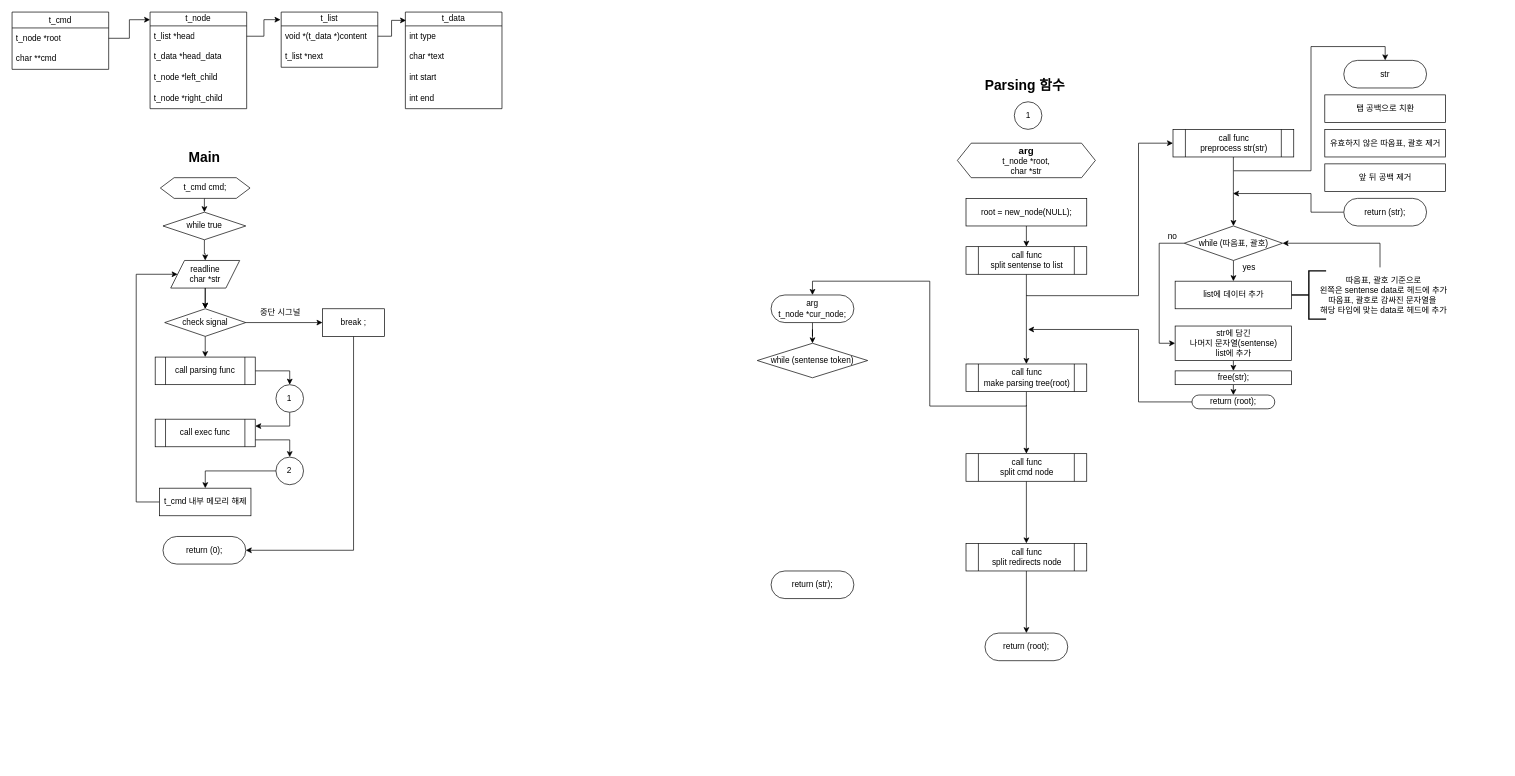
Before: page "parsing 흐름도" (2 of 3) of parsing_tree.drawio in blue-orion/minishell, a draw.io diagram. Source tidied: cells renumbered, new cells numbered last; positions are measured from the earlier drawing's top-left corner, leaving out a move shared by most shapes. Both pictures are drawn from the tidied source at 69%, with x=0, y=0 at pixel (12, 12).
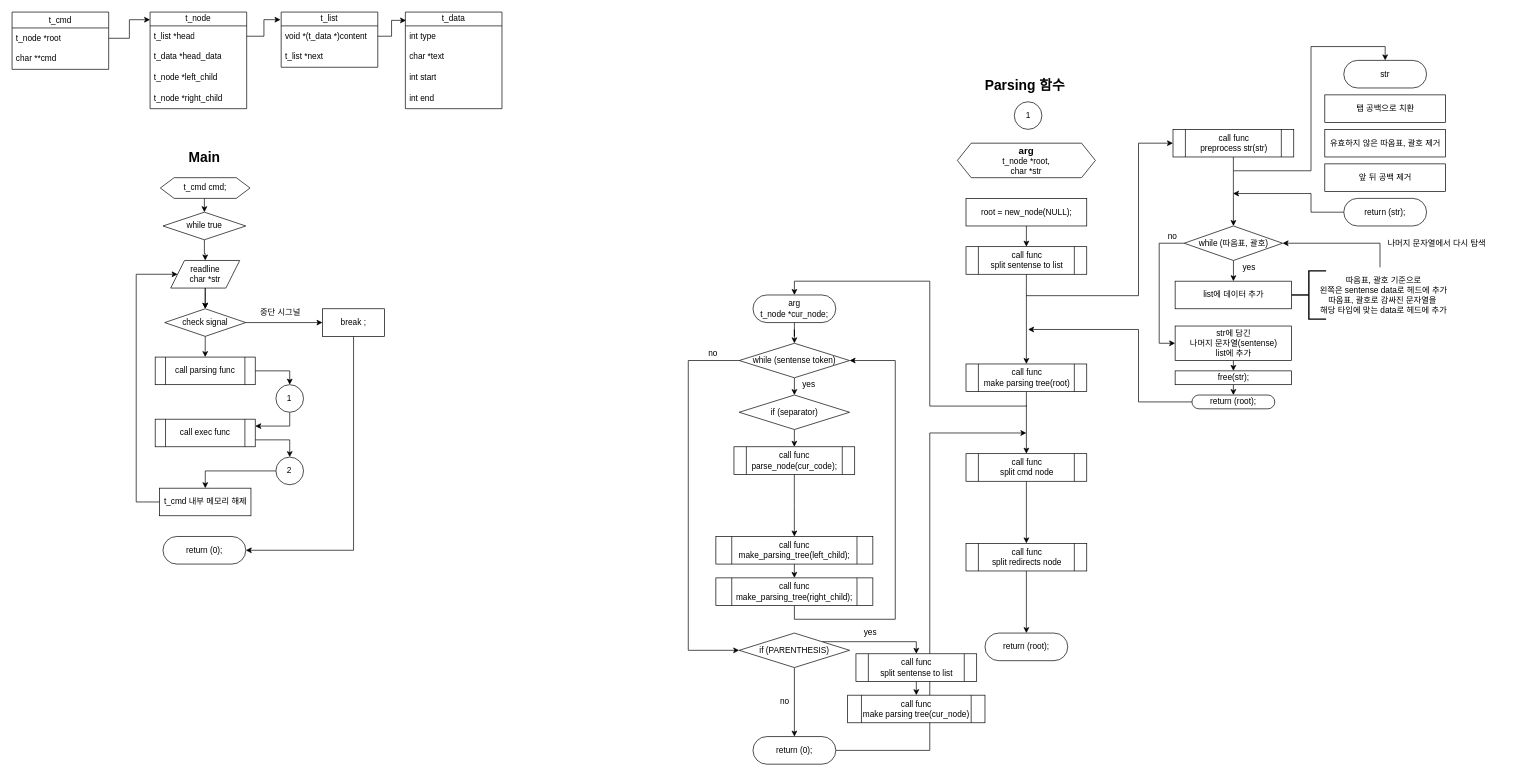
The same page after the edit.

Commit message:
parsing_흐름도 업데이트

What changed in the source:
```diff
@@
     <mxCell id="50" style="edgeStyle=orthogonalEdgeStyle;rounded=0;jettySize=auto;html=1;entryX=0.5;entryY=0;entryDx=0;entryDy=0;" parent="1" edge="1" target="87">
       <mxGeometry relative="1" as="geometry">
         <mxPoint x="1470" y="570" as="sourcePoint" />
         <Array as="points">
+          <mxPoint x="1470" y="571" />
           <mxPoint x="1330" y="571" />
           <mxPoint x="1330" y="390" />
-          <mxPoint x="1160" y="390" />
+          <mxPoint x="1134" y="390" />
         </Array>
       </mxGeometry>
     </mxCell>
@@
     <mxCell id="87" value="arg&lt;div&gt;t_node *cur_node;&lt;/div&gt;" style="rounded=1;whiteSpace=wrap;html=1;arcSize=50;" parent="1" vertex="1">
-      <mxGeometry x="1100" y="410" width="120" height="40" as="geometry" />
+      <mxGeometry x="1073.8" y="410" width="120" height="40" as="geometry" />
     </mxCell>
+    <mxCell id="91" style="edgeStyle=orthogonalEdgeStyle;rounded=0;jettySize=auto;html=1;exitX=1;exitY=0.5;exitDx=0;exitDy=0;" parent="1" edge="1" source="88">
+      <mxGeometry relative="1" as="geometry">
+        <mxPoint x="1470" y="610" as="targetPoint" />
+        <Array as="points">
+          <mxPoint x="1330" y="1070" />
+          <mxPoint x="1330" y="610" />
+        </Array>
+      </mxGeometry>
+    </mxCell>
-    <mxCell id="88" value="return (str);" style="rounded=1;whiteSpace=wrap;html=1;arcSize=50;" parent="1" vertex="1">
-      <mxGeometry x="1100" y="810" width="120" height="40" as="geometry" />
+    <mxCell id="88" value="return (0);" style="rounded=1;whiteSpace=wrap;html=1;arcSize=50;" parent="1" vertex="1">
+      <mxGeometry x="1073.8" y="1050" width="120" height="40" as="geometry" />
     </mxCell>
@@
+    <mxCell id="92" style="edgeStyle=orthogonalEdgeStyle;rounded=0;jettySize=auto;html=1;exitX=0.5;exitY=1;exitDx=0;exitDy=0;entryX=0.5;entryY=0;entryDx=0;entryDy=0;" parent="1" edge="1" source="90" target="96">
+      <mxGeometry relative="1" as="geometry" />
+    </mxCell>
+    <mxCell id="93" style="edgeStyle=orthogonalEdgeStyle;rounded=0;jettySize=auto;html=1;exitX=0;exitY=0.5;exitDx=0;exitDy=0;entryX=0;entryY=0.5;entryDx=0;entryDy=0;" parent="1" edge="1" source="90" target="106">
+      <mxGeometry relative="1" as="geometry">
+        <Array as="points">
+          <mxPoint x="980" y="505" />
+          <mxPoint x="980" y="925" />
+        </Array>
+      </mxGeometry>
+    </mxCell>
     <mxCell id="90" value="while (sentense token)" style="rhombus;whiteSpace=wrap;html=1;rounded=1;arcSize=0;" parent="1" vertex="1">
-      <mxGeometry x="1080" y="480" width="160" height="50" as="geometry" />
+      <mxGeometry x="1053.8" y="480" width="160" height="50" as="geometry" />
     </mxCell>
+    <mxCell id="94" value="나머지 문자열에서 다시 탐색" style="text;html=1;align=center;verticalAlign=middle;whiteSpace=wrap;rounded=0;" parent="1" vertex="1">
+      <mxGeometry x="1970" y="323.8" width="190" height="22.5" as="geometry" />
+    </mxCell>
+    <mxCell id="95" style="edgeStyle=orthogonalEdgeStyle;rounded=0;jettySize=auto;html=1;exitX=0.5;exitY=1;exitDx=0;exitDy=0;entryX=0.5;entryY=0;entryDx=0;entryDy=0;" parent="1" edge="1" source="96" target="99">
+      <mxGeometry relative="1" as="geometry" />
+    </mxCell>
+    <mxCell id="96" value="if (separator)" style="rhombus;whiteSpace=wrap;html=1;rounded=1;arcSize=0;" parent="1" vertex="1">
+      <mxGeometry x="1053.8" y="555" width="160" height="50" as="geometry" />
+    </mxCell>
+    <mxCell id="97" value="yes" style="text;html=1;align=center;verticalAlign=middle;whiteSpace=wrap;rounded=0;" parent="1" vertex="1">
+      <mxGeometry x="1124.8" y="530" width="60" height="20" as="geometry" />
+    </mxCell>
+    <mxCell id="98" style="edgeStyle=orthogonalEdgeStyle;rounded=0;jettySize=auto;html=1;entryX=0.5;entryY=0;entryDx=0;entryDy=0;" parent="1" edge="1" source="99" target="101">
+      <mxGeometry relative="1" as="geometry" />
+    </mxCell>
+    <mxCell id="99" value="&lt;div&gt;call&lt;span style=&quot;background-color: transparent;&quot;&gt;&amp;nbsp;&lt;/span&gt;&lt;span style=&quot;background-color: transparent;&quot;&gt;func&lt;/span&gt;&lt;/div&gt;&lt;div&gt;parse_node(cur_code);&lt;/div&gt;" style="shape=process;whiteSpace=wrap;html=1;backgroundOutline=1;" parent="1" vertex="1">
+      <mxGeometry x="1046.2" y="630" width="175" height="40" as="geometry" />
+    </mxCell>
+    <mxCell id="100" style="edgeStyle=orthogonalEdgeStyle;rounded=0;jettySize=auto;html=1;exitX=0.5;exitY=1;exitDx=0;exitDy=0;entryX=0.5;entryY=0;entryDx=0;entryDy=0;" parent="1" edge="1" source="101" target="103">
+      <mxGeometry relative="1" as="geometry" />
+    </mxCell>
+    <mxCell id="101" value="&lt;div&gt;call&lt;span style=&quot;background-color: transparent;&quot;&gt;&amp;nbsp;&lt;/span&gt;&lt;span style=&quot;background-color: transparent;&quot;&gt;func&lt;/span&gt;&lt;/div&gt;&lt;div&gt;make_parsing_tree(left_child);&lt;/div&gt;" style="shape=process;whiteSpace=wrap;html=1;backgroundOutline=1;" parent="1" vertex="1">
+      <mxGeometry x="1020" y="760" width="227.5" height="40" as="geometry" />
+    </mxCell>
+    <mxCell id="102" style="edgeStyle=orthogonalEdgeStyle;rounded=0;jettySize=auto;html=1;exitX=0.5;exitY=1;exitDx=0;exitDy=0;entryX=1;entryY=0.5;entryDx=0;entryDy=0;" parent="1" edge="1" source="103" target="90">
+      <mxGeometry relative="1" as="geometry">
+        <Array as="points">
+          <mxPoint x="1134" y="880" />
+          <mxPoint x="1280" y="880" />
+          <mxPoint x="1280" y="505" />
+        </Array>
+      </mxGeometry>
+    </mxCell>
+    <mxCell id="103" value="&lt;div&gt;call&lt;span style=&quot;background-color: transparent;&quot;&gt;&amp;nbsp;&lt;/span&gt;&lt;span style=&quot;background-color: transparent;&quot;&gt;func&lt;/span&gt;&lt;/div&gt;&lt;div&gt;make_parsing_tree(right_child);&lt;/div&gt;" style="shape=process;whiteSpace=wrap;html=1;backgroundOutline=1;" parent="1" vertex="1">
+      <mxGeometry x="1020" y="820" width="227.5" height="40" as="geometry" />
+    </mxCell>
+    <mxCell id="104" style="edgeStyle=orthogonalEdgeStyle;rounded=0;jettySize=auto;html=1;exitX=1;exitY=0;exitDx=0;exitDy=0;entryX=0.5;entryY=0;entryDx=0;entryDy=0;" parent="1" edge="1" source="106" target="110">
+      <mxGeometry relative="1" as="geometry">
+        <Array as="points">
+          <mxPoint x="1311" y="913" />
+        </Array>
+      </mxGeometry>
+    </mxCell>
+    <mxCell id="105" style="edgeStyle=orthogonalEdgeStyle;rounded=0;jettySize=auto;html=1;exitX=0.5;exitY=1;exitDx=0;exitDy=0;entryX=0.5;entryY=0;entryDx=0;entryDy=0;" parent="1" edge="1" source="106" target="88">
+      <mxGeometry relative="1" as="geometry" />
+    </mxCell>
+    <mxCell id="106" value="if (PARENTHESIS)" style="rhombus;whiteSpace=wrap;html=1;rounded=1;arcSize=0;" parent="1" vertex="1">
+      <mxGeometry x="1053.8" y="900" width="160" height="50" as="geometry" />
+    </mxCell>
+    <mxCell id="107" value="no" style="text;html=1;align=center;verticalAlign=middle;whiteSpace=wrap;rounded=0;" parent="1" vertex="1">
+      <mxGeometry x="986.2" y="485" width="60" height="20" as="geometry" />
+    </mxCell>
+    <mxCell id="108" value="&lt;div&gt;call&lt;span style=&quot;background-color: transparent;&quot;&gt;&amp;nbsp;&lt;/span&gt;&lt;span style=&quot;background-color: transparent;&quot;&gt;func&lt;/span&gt;&lt;/div&gt;&lt;div&gt;make parsing tree(cur_node&lt;span style=&quot;background-color: transparent;&quot;&gt;)&lt;/span&gt;&lt;/div&gt;" style="shape=process;whiteSpace=wrap;html=1;backgroundOutline=1;" parent="1" vertex="1">
+      <mxGeometry x="1211" y="990" width="199" height="40" as="geometry" />
+    </mxCell>
+    <mxCell id="109" style="edgeStyle=orthogonalEdgeStyle;rounded=0;jettySize=auto;html=1;exitX=0.5;exitY=1;exitDx=0;exitDy=0;entryX=0.5;entryY=0;entryDx=0;entryDy=0;" parent="1" edge="1" source="110" target="108">
+      <mxGeometry relative="1" as="geometry" />
+    </mxCell>
+    <mxCell id="110" value="&lt;div&gt;call&lt;span style=&quot;background-color: transparent;&quot;&gt;&amp;nbsp;&lt;/span&gt;&lt;span style=&quot;background-color: transparent;&quot;&gt;func&lt;/span&gt;&lt;/div&gt;&lt;div&gt;split sentense to list&lt;/div&gt;" style="shape=process;whiteSpace=wrap;html=1;backgroundOutline=1;" parent="1" vertex="1">
+      <mxGeometry x="1223" y="930" width="175" height="40" as="geometry" />
+    </mxCell>
+    <mxCell id="111" value="yes" style="text;html=1;align=center;verticalAlign=middle;whiteSpace=wrap;rounded=0;" parent="1" vertex="1">
+      <mxGeometry x="1213.8" y="890" width="60" height="20" as="geometry" />
+    </mxCell>
+    <mxCell id="112" value="no" style="text;html=1;align=center;verticalAlign=middle;whiteSpace=wrap;rounded=0;" parent="1" vertex="1">
+      <mxGeometry x="1090" y="990" width="60" height="20" as="geometry" />
+    </mxCell>
```
